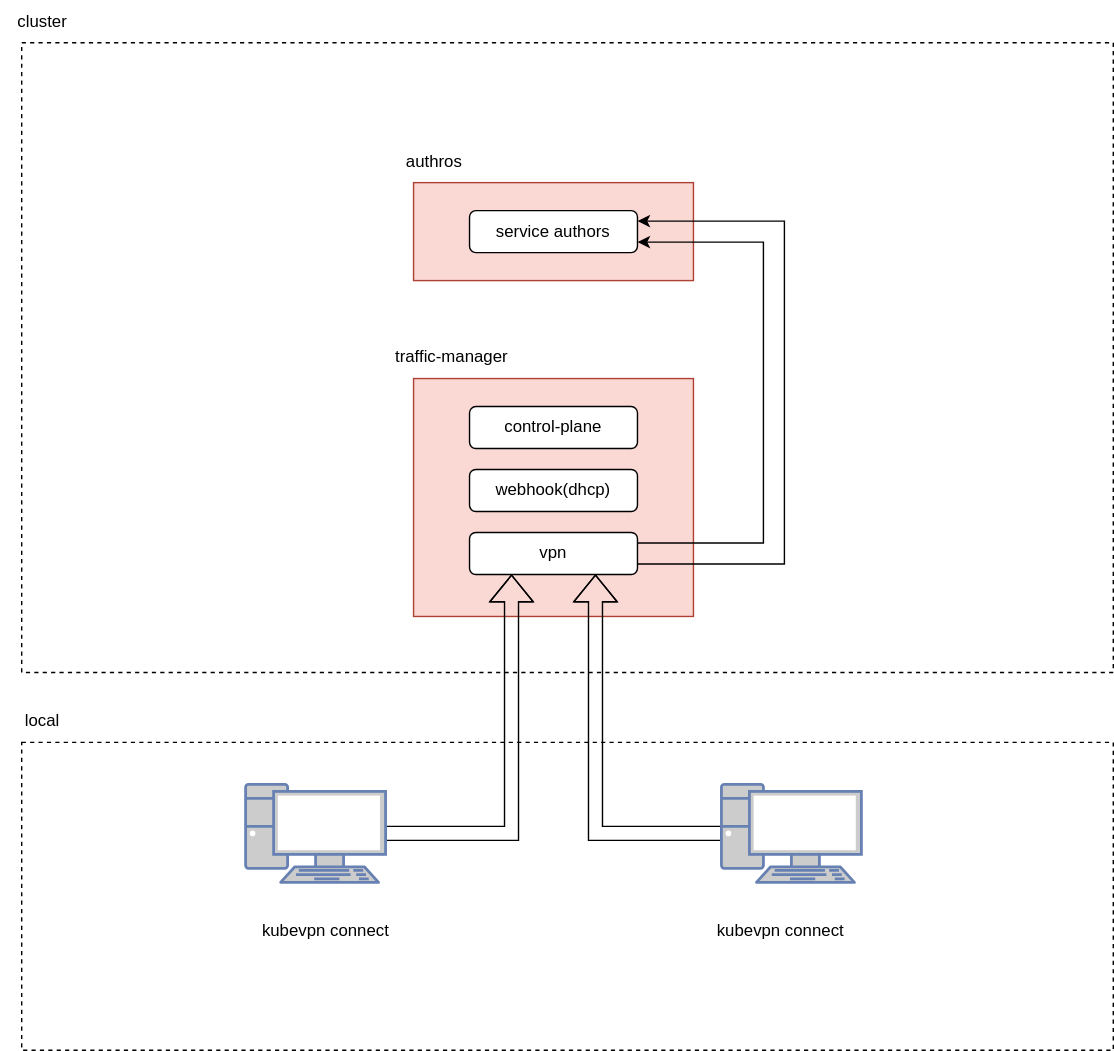
Earlier version of the draw.io export docs/architecture/connect.svg (kubenetworks/kubenetworks.github.io). Source tidied: cells renumbered, new cells last; positions are measured from the earlier drawing's top-left corner, leaving out a move shared by most shapes.
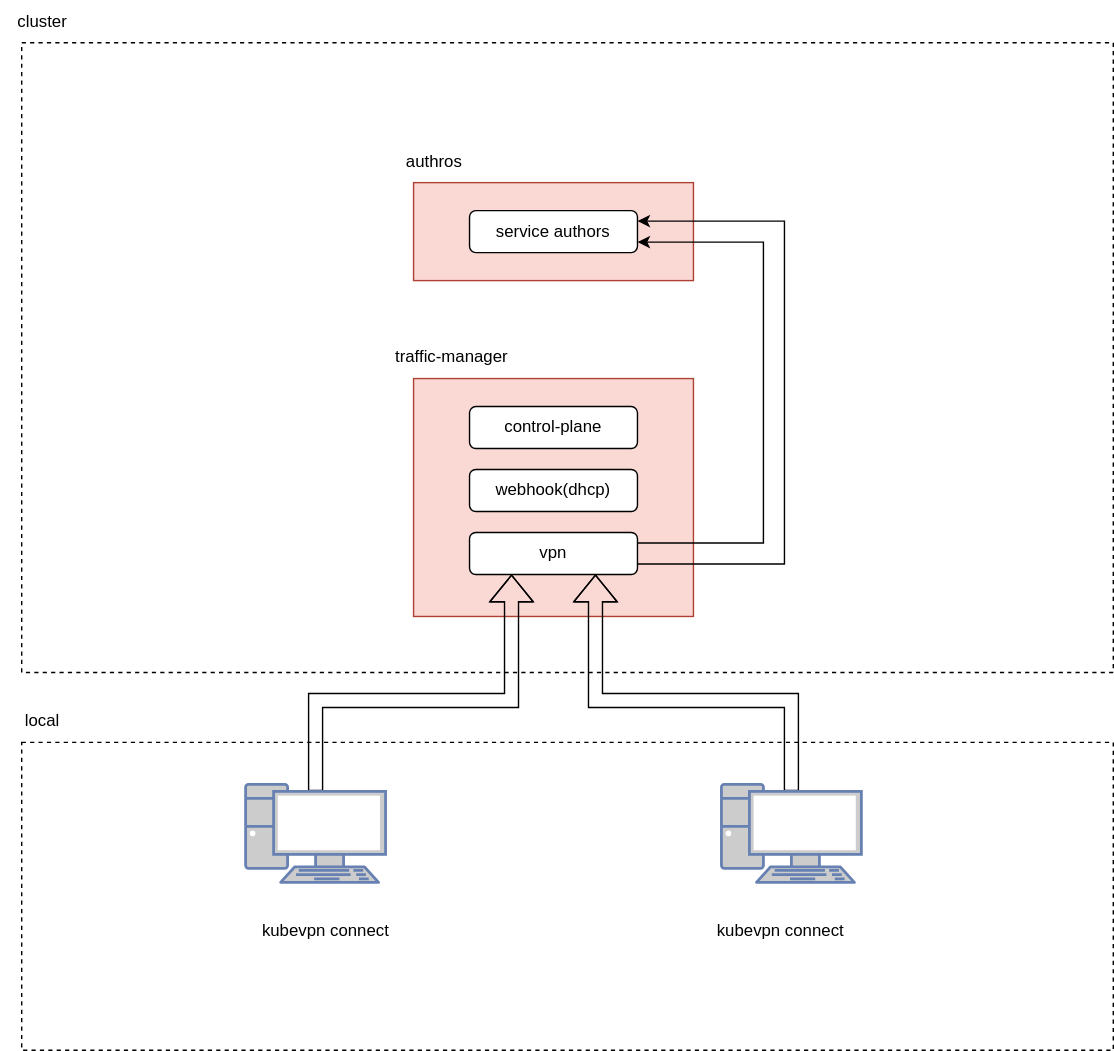
After the change.

Diff of the diagram source:
```diff
@@ -42,14 +42,24 @@
         </Array>
       </mxGeometry>
     </mxCell>
-    <mxCell id="12" style="edgeStyle=orthogonalEdgeStyle;rounded=0;jettySize=auto;html=1;entryX=0.25;entryY=1;entryDx=0;entryDy=0;startArrow=none;startFill=0;shape=flexArrow;" parent="1" edge="1" source="13" target="7">
-      <mxGeometry relative="1" as="geometry" />
+    <mxCell id="12" style="edgeStyle=orthogonalEdgeStyle;rounded=0;jettySize=auto;html=1;entryX=0.25;entryY=1;entryDx=0;entryDy=0;startArrow=none;startFill=0;shape=flexArrow;exitX=0.5;exitY=0.07;exitDx=0;exitDy=0;exitPerimeter=0;" parent="1" edge="1" source="13" target="7">
+      <mxGeometry relative="1" as="geometry">
+        <Array as="points">
+          <mxPoint x="225" y="500" />
+          <mxPoint x="365" y="500" />
+        </Array>
+      </mxGeometry>
     </mxCell>
     <mxCell id="13" style="fontColor=#0066CC;verticalAlign=top;verticalLabelPosition=bottom;labelPosition=center;align=center;html=1;outlineConnect=0;fillColor=#CCCCCC;strokeColor=#6881B3;gradientColor=none;gradientDirection=north;strokeWidth=2;shape=mxgraph.networks.pc;" parent="1" vertex="1">
       <mxGeometry x="175" y="560" width="100" height="70" as="geometry" />
     </mxCell>
-    <mxCell id="14" style="edgeStyle=orthogonalEdgeStyle;rounded=0;jettySize=auto;html=1;entryX=0.75;entryY=1;entryDx=0;entryDy=0;startArrow=none;startFill=0;shape=flexArrow;" parent="1" edge="1" source="15" target="7">
-      <mxGeometry relative="1" as="geometry" />
+    <mxCell id="14" style="edgeStyle=orthogonalEdgeStyle;rounded=0;jettySize=auto;html=1;entryX=0.75;entryY=1;entryDx=0;entryDy=0;startArrow=none;startFill=0;shape=flexArrow;exitX=0.5;exitY=0.07;exitDx=0;exitDy=0;exitPerimeter=0;" parent="1" edge="1" source="15" target="7">
+      <mxGeometry relative="1" as="geometry">
+        <Array as="points">
+          <mxPoint x="565" y="500" />
+          <mxPoint x="425" y="500" />
+        </Array>
+      </mxGeometry>
     </mxCell>
     <mxCell id="15" style="fontColor=#0066CC;verticalAlign=top;verticalLabelPosition=bottom;labelPosition=center;align=center;html=1;outlineConnect=0;fillColor=#CCCCCC;strokeColor=#6881B3;gradientColor=none;gradientDirection=north;strokeWidth=2;shape=mxgraph.networks.pc;" parent="1" vertex="1">
       <mxGeometry x="515" y="560" width="100" height="70" as="geometry" />
```
